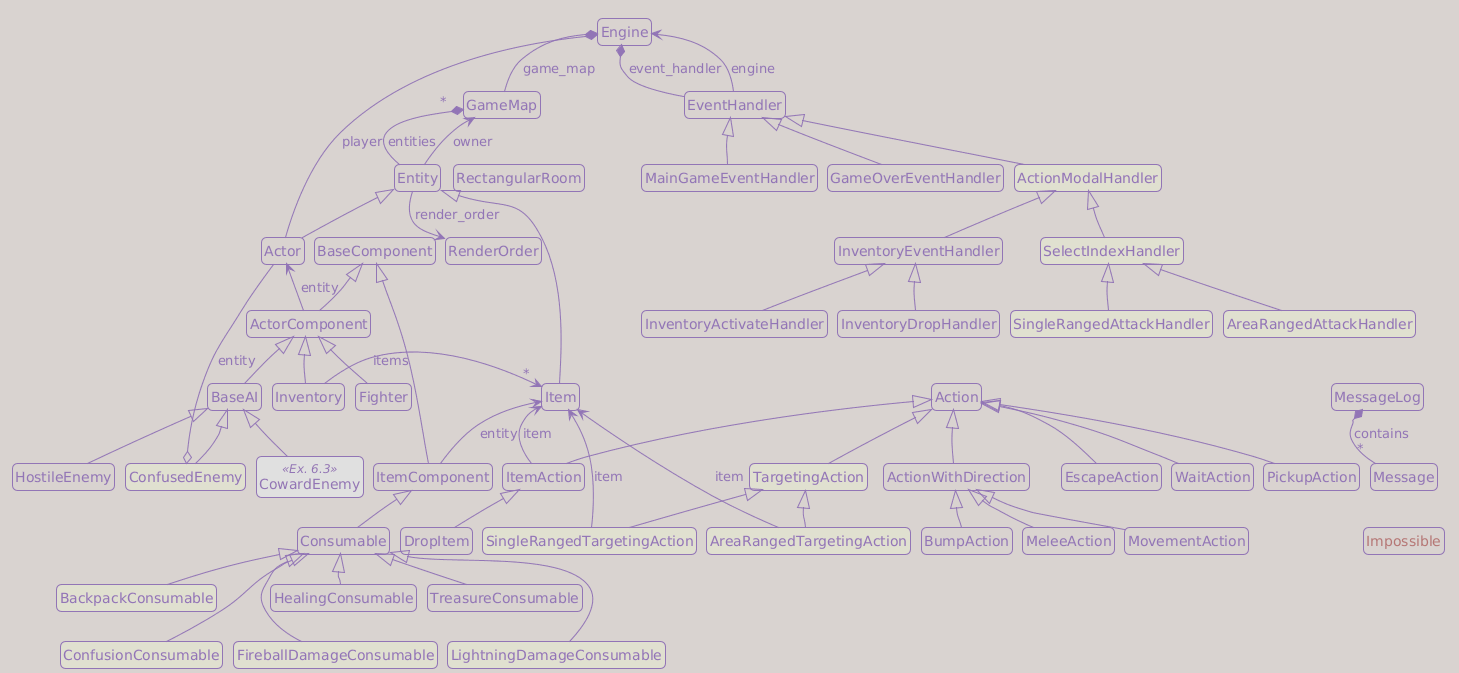
Before: content/tutorials/tcod/v3/images/part9_classes.png, a diagram exported from PlantUML (Darky-Lucera/roguelike-tutorials-website).
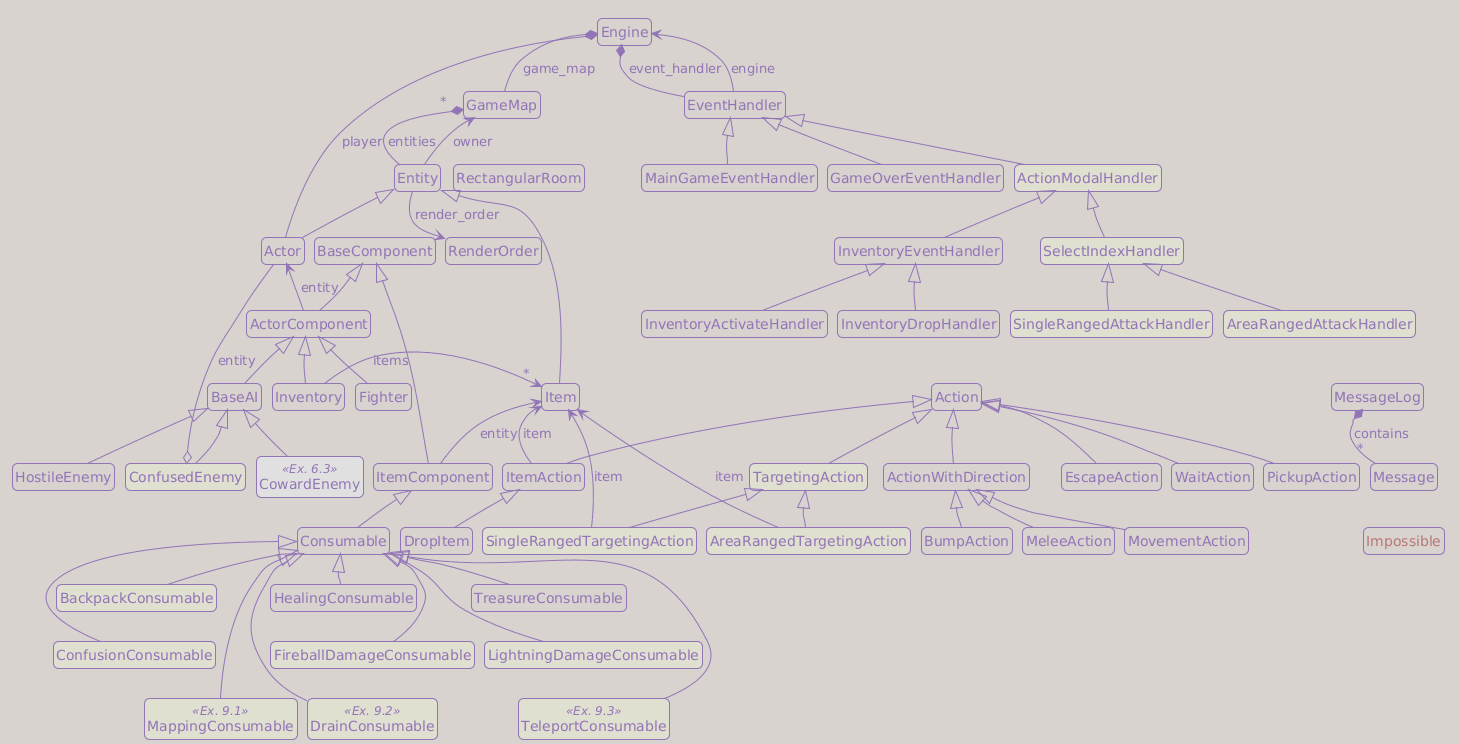
The same diagram one commit later.

What changed in the source:
```diff
@@ -167,6 +167,15 @@
 class "LightningDamageConsumable" as game.entities.components.consumable.LightningDamageConsumable #e0e0d0 {
 }
 
+class "MappingConsumable" as game.entities.components.consumable.MappingConsumable <<Ex. 9.1>> #e0e0d0 {
+}
+
+class "DrainConsumable" as game.entities.components.consumable.DrainConsumable <<Ex. 9.2>> #e0e0d0 {
+}
+
+class "TeleportConsumable" as game.entities.components.consumable.TeleportConsumable <<Ex. 9.3>> #e0e0d0 {
+}
+
 class "TreasureConsumable" as game.entities.components.consumable.TreasureConsumable {
 }
 
@@ -202,6 +211,9 @@
 game.entities.components.consumable.Consumable <|-- game.entities.components.consumable.FireballDamageConsumable
 game.entities.components.consumable.Consumable <|-- game.entities.components.consumable.HealingConsumable
 game.entities.components.consumable.Consumable <|-- game.entities.components.consumable.LightningDamageConsumable
+game.entities.components.consumable.Consumable <|-- game.entities.components.consumable.MappingConsumable
+game.entities.components.consumable.Consumable <|-- game.entities.components.consumable.DrainConsumable
+game.entities.components.consumable.Consumable <|-- game.entities.components.consumable.TeleportConsumable
 game.entities.components.consumable.Consumable <|-- game.entities.components.consumable.TreasureConsumable
 
 game.input_handlers.EventHandler <|-- game.input_handlers.ActionModalHandler
@@ -293,6 +305,11 @@
 game.entities.components.consumable.TreasureConsumable -[hidden]down- game.entities.components.consumable.LightningDamageConsumable
 game.entities.components.consumable.ConfusionConsumable -[hidden]right- game.entities.components.consumable.FireballDamageConsumable
 game.entities.components.consumable.FireballDamageConsumable -[hidden]right- game.entities.components.consumable.LightningDamageConsumable
+game.entities.components.consumable.ConfusionConsumable -[hidden]down- game.entities.components.consumable.MappingConsumable
+game.entities.components.consumable.FireballDamageConsumable -[hidden]down- game.entities.components.consumable.DrainConsumable
+game.entities.components.consumable.LightningDamageConsumable -[hidden]down- game.entities.components.consumable.TeleportConsumable
+game.entities.components.consumable.MappingConsumable -[hidden]right- game.entities.components.consumable.DrainConsumable
+game.entities.components.consumable.DrainConsumable -[hidden]right- game.entities.components.consumable.TeleportConsumable
 
 game.input_handlers.EventHandler -[hidden]down- game.input_handlers.ActionModalHandler
 game.input_handlers.EventHandler -[hidden]down- game.input_handlers.GameOverEventHandler
```
